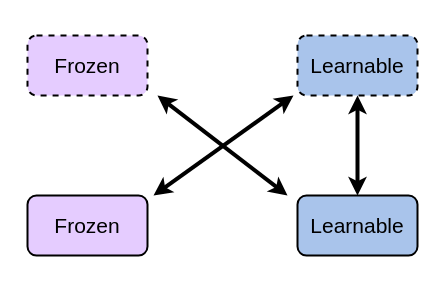
The draw.io diagram clipood.drawio in lakpa-tamang9/paperdiagrams, before the edit. Source tidied: cells renumbered, new cells numbered last; positions are measured from the earlier drawing's top-left corner, leaving out a move shared by most shapes. Both pictures are drawn from the tidied source at 100%, with x=0, y=0 at pixel (27, 35).
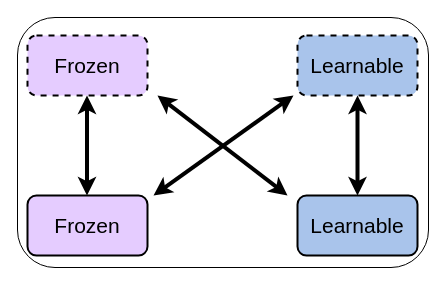
The same diagram, later.

Change to the diagram source:
```diff
@@
 <mxGraphModel>
   <root>
     <mxCell id="0" />
     <mxCell id="1" parent="0" />
     <mxCell id="2" value="&lt;font style=&quot;font-size: 21px;&quot;&gt;Frozen&lt;/font&gt;" style="rounded=1;whiteSpace=wrap;html=1;fillColor=#E5CCFF;gradientColor=none;gradientDirection=east;shadow=0;fillStyle=auto;glass=0;perimeterSpacing=0;dashed=1;strokeWidth=2;" parent="1" vertex="1">
       <mxGeometry width="120" height="60" as="geometry" />
     </mxCell>
     <mxCell id="3" value="&lt;font style=&quot;font-size: 21px;&quot;&gt;Frozen&lt;/font&gt;" style="rounded=1;whiteSpace=wrap;html=1;fillColor=#E5CCFF;strokeWidth=2;" parent="1" vertex="1">
       <mxGeometry y="160" width="120" height="60" as="geometry" />
     </mxCell>
     <mxCell id="4" value="&lt;font style=&quot;font-size: 21px;&quot;&gt;Learnable&lt;/font&gt;" style="rounded=1;whiteSpace=wrap;html=1;fillColor=#A9C4EB;strokeWidth=2;" parent="1" vertex="1">
       <mxGeometry x="270" y="160" width="120" height="60" as="geometry" />
     </mxCell>
     <mxCell id="5" value="&lt;font style=&quot;font-size: 21px;&quot;&gt;Learnable&lt;/font&gt;" style="rounded=1;whiteSpace=wrap;html=1;fillColor=#A9C4EB;fillStyle=auto;dashed=1;strokeWidth=2;" parent="1" vertex="1">
       <mxGeometry x="270" width="120" height="60" as="geometry" />
     </mxCell>
     <mxCell id="6" style="endArrow=classic;startArrow=classic;html=1;rounded=0;entryX=0.5;entryY=1;entryDx=0;entryDy=0;exitX=0.5;exitY=0;exitDx=0;exitDy=0;strokeWidth=4;" parent="1" edge="1" source="4" target="5">
       <mxGeometry relative="1" as="geometry" />
     </mxCell>
     <mxCell id="7" style="endArrow=classic;startArrow=classic;html=1;rounded=0;entryX=0;entryY=1;entryDx=0;entryDy=0;strokeWidth=4;" parent="1" edge="1">
       <mxGeometry relative="1" as="geometry">
         <mxPoint x="126" y="160" as="sourcePoint" />
         <mxPoint x="266" y="60" as="targetPoint" />
       </mxGeometry>
     </mxCell>
     <mxCell id="8" style="endArrow=classic;startArrow=classic;html=1;rounded=0;strokeWidth=4;" parent="1" edge="1">
       <mxGeometry relative="1" as="geometry">
         <mxPoint x="130" y="60" as="sourcePoint" />
         <mxPoint x="260" y="160" as="targetPoint" />
       </mxGeometry>
     </mxCell>
+    <mxCell id="9" style="endArrow=classic;startArrow=classic;html=1;rounded=0;entryX=0.5;entryY=1;entryDx=0;entryDy=0;exitX=0.5;exitY=0;exitDx=0;exitDy=0;strokeWidth=4;" parent="1" edge="1">
+      <mxGeometry relative="1" as="geometry">
+        <mxPoint x="59.5" y="160" as="sourcePoint" />
+        <mxPoint x="59.5" y="60" as="targetPoint" />
+      </mxGeometry>
+    </mxCell>
+    <mxCell id="10" style="rounded=1;whiteSpace=wrap;html=1;fillColor=none;" parent="1" vertex="1">
+      <mxGeometry x="-10" y="-18" width="411" height="250" as="geometry" />
+    </mxCell>
   </root>
 </mxGraphModel>
```
